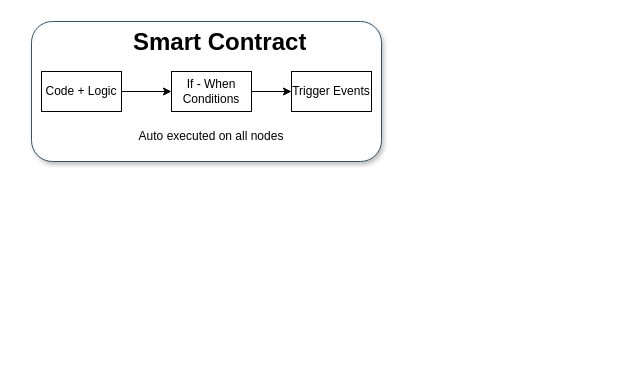
The draw.io diagram Smart Contract.drawio in SifisoMzansi/architecture-diagrams, before the edit. Source tidied: cells renumbered, new cells numbered last; positions are measured from the earlier drawing's top-left corner, leaving out a move shared by most shapes. Both pictures are drawn from the tidied source at 100%, with x=0, y=0 at pixel (31, 21).
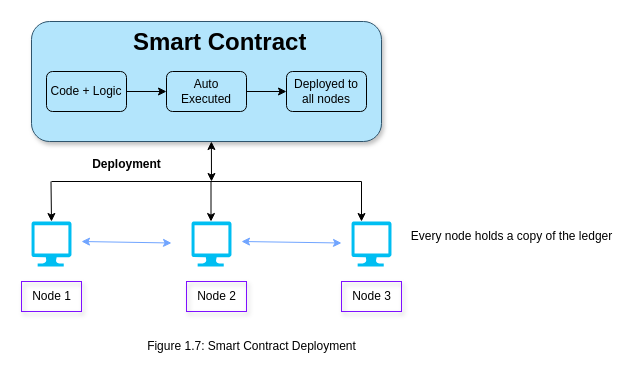
After the change.

Diff of the diagram source:
```diff
@@
-    <mxCell id="2" style="rounded=1;whiteSpace=wrap;html=1;strokeColor=#2F546C;shadow=1;" parent="1" vertex="1">
-      <mxGeometry width="350" height="140" as="geometry" />
+    <mxCell id="2" style="rounded=1;whiteSpace=wrap;html=1;strokeColor=#2F546C;shadow=1;fillColor=#B3E5FC;" parent="1" vertex="1">
+      <mxGeometry width="350" height="120" as="geometry" />
     </mxCell>
-    <mxCell id="3" style="edgeStyle=orthogonalEdgeStyle;rounded=0;jettySize=auto;html=1;" parent="1" edge="1" source="4" target="7">
-      <mxGeometry relative="1" as="geometry" />
-    </mxCell>
+    <mxCell id="5" value="&lt;h1 style=&quot;margin-top: 0px;&quot;&gt;Smart Contract&lt;/h1&gt;&lt;p&gt;&lt;br&gt;&lt;/p&gt;" style="text;html=1;whiteSpace=wrap;overflow=hidden;rounded=0;" parent="1" vertex="1">
+      <mxGeometry x="100" width="180" height="50" as="geometry" />
+    </mxCell>
+    <mxCell id="10" style="edgeStyle=orthogonalEdgeStyle;rounded=0;jettySize=auto;html=1;entryX=0;entryY=0.5;entryDx=0;entryDy=0;" parent="1" edge="1" source="11" target="12">
+      <mxGeometry relative="1" as="geometry" />
+    </mxCell>
+    <mxCell id="11" value="Auto Executed" style="rounded=1;whiteSpace=wrap;html=1;fillColor=#B3E5FC;" parent="1" vertex="1">
+      <mxGeometry x="135" y="50" width="80" height="40" as="geometry" />
+    </mxCell>
+    <mxCell id="12" value="Deployed to all nodes" style="rounded=1;whiteSpace=wrap;html=1;fillColor=#B3E5FC;" parent="1" vertex="1">
+      <mxGeometry x="255" y="50" width="80" height="40" as="geometry" />
+    </mxCell>
+    <mxCell id="13" style="edgeStyle=orthogonalEdgeStyle;rounded=0;jettySize=auto;html=1;entryX=0;entryY=0.5;entryDx=0;entryDy=0;" parent="1" edge="1" source="4" target="11">
+      <mxGeometry relative="1" as="geometry" />
+    </mxCell>
-    <mxCell id="4" value="Code + Logic" style="rounded=0;whiteSpace=wrap;html=1;" parent="1" vertex="1">
-      <mxGeometry x="10" y="50" width="80" height="40" as="geometry" />
+    <mxCell id="4" value="Code + Logic" style="rounded=1;whiteSpace=wrap;html=1;fillColor=#B3E5FC;" parent="1" vertex="1">
+      <mxGeometry x="15" y="50" width="80" height="40" as="geometry" />
     </mxCell>
-    <mxCell id="5" value="&lt;h1 style=&quot;margin-top: 0px;&quot;&gt;Smart Contract&lt;/h1&gt;&lt;p&gt;&lt;br&gt;&lt;/p&gt;" style="text;html=1;whiteSpace=wrap;overflow=hidden;rounded=0;" parent="1" vertex="1">
-      <mxGeometry x="100" width="180" height="50" as="geometry" />
-    </mxCell>
-    <mxCell id="6" style="edgeStyle=orthogonalEdgeStyle;rounded=0;jettySize=auto;html=1;" parent="1" edge="1" source="7" target="8">
-      <mxGeometry relative="1" as="geometry" />
-    </mxCell>
-    <mxCell id="7" value="If - When Conditions" style="rounded=0;whiteSpace=wrap;html=1;" parent="1" vertex="1">
-      <mxGeometry x="140" y="50" width="80" height="40" as="geometry" />
-    </mxCell>
-    <mxCell id="8" value="Trigger Events" style="rounded=0;whiteSpace=wrap;html=1;" parent="1" vertex="1">
-      <mxGeometry x="260" y="50" width="80" height="40" as="geometry" />
-    </mxCell>
-    <mxCell id="9" value="Auto executed on all nodes" style="text;html=1;align=center;verticalAlign=middle;whiteSpace=wrap;rounded=0;" parent="1" vertex="1">
-      <mxGeometry x="100" y="100" width="160" height="30" as="geometry" />
-    </mxCell>
+    <mxCell id="14" style="verticalLabelPosition=bottom;html=1;verticalAlign=top;align=center;strokeColor=none;fillColor=#00BEF2;shape=mxgraph.azure.computer;" parent="1" vertex="1">
+      <mxGeometry y="200" width="40" height="45" as="geometry" />
+    </mxCell>
+    <mxCell id="15" style="verticalLabelPosition=bottom;html=1;verticalAlign=top;align=center;strokeColor=none;fillColor=#00BEF2;shape=mxgraph.azure.computer;" parent="1" vertex="1">
+      <mxGeometry x="160" y="200" width="40" height="45" as="geometry" />
+    </mxCell>
+    <mxCell id="16" style="verticalLabelPosition=bottom;html=1;verticalAlign=top;align=center;strokeColor=none;fillColor=#00BEF2;shape=mxgraph.azure.computer;" parent="1" vertex="1">
+      <mxGeometry x="320" y="200" width="40" height="45" as="geometry" />
+    </mxCell>
+    <mxCell id="17" value="Node 1" style="text;html=1;align=center;verticalAlign=middle;strokeColor=#7F10FF;fillColor=none;shadow=1;" parent="1" vertex="1">
+      <mxGeometry x="-10" y="260" width="60" height="30" as="geometry" />
+    </mxCell>
+    <mxCell id="18" style="endArrow=classic;startArrow=classic;html=1;rounded=0;fillColor=#2727FF;strokeColor=#71A5FF;" parent="1" edge="1">
+      <mxGeometry relative="1" as="geometry">
+        <mxPoint x="50" y="220" as="sourcePoint" />
+        <mxPoint x="140" y="221.5" as="targetPoint" />
+      </mxGeometry>
+    </mxCell>
+    <mxCell id="19" style="endArrow=classic;startArrow=classic;html=1;rounded=0;fillColor=#2727FF;strokeColor=#71A5FF;" parent="1" edge="1">
+      <mxGeometry relative="1" as="geometry">
+        <mxPoint x="210" y="220" as="sourcePoint" />
+        <mxPoint x="310" y="221.5" as="targetPoint" />
+      </mxGeometry>
+    </mxCell>
+    <mxCell id="20" value="Node 2" style="text;html=1;align=center;verticalAlign=middle;strokeColor=#7F10FF;fillColor=none;shadow=1;" parent="1" vertex="1">
+      <mxGeometry x="155" y="260" width="60" height="30" as="geometry" />
+    </mxCell>
+    <mxCell id="21" value="Node 3" style="text;html=1;align=center;verticalAlign=middle;strokeColor=#7F10FF;fillColor=none;shadow=1;" parent="1" vertex="1">
+      <mxGeometry x="310" y="260" width="60" height="30" as="geometry" />
+    </mxCell>
+    <mxCell id="22" style="endArrow=none;html=1;rounded=0;" parent="1" edge="1">
+      <mxGeometry relative="1" as="geometry">
+        <mxPoint x="20" y="160" as="sourcePoint" />
+        <mxPoint x="330" y="160" as="targetPoint" />
+      </mxGeometry>
+    </mxCell>
+    <mxCell id="23" style="endArrow=classic;html=1;rounded=0;" parent="1" edge="1">
+      <mxGeometry relative="1" as="geometry">
+        <mxPoint x="179.5" y="160" as="sourcePoint" />
+        <mxPoint x="179.5" y="200" as="targetPoint" />
+      </mxGeometry>
+    </mxCell>
+    <mxCell id="24" style="endArrow=classic;html=1;rounded=0;" parent="1" edge="1">
+      <mxGeometry relative="1" as="geometry">
+        <mxPoint x="19.5" y="160" as="sourcePoint" />
+        <mxPoint x="20" y="200" as="targetPoint" />
+      </mxGeometry>
+    </mxCell>
+    <mxCell id="25" style="endArrow=classic;html=1;rounded=0;" parent="1" edge="1">
+      <mxGeometry relative="1" as="geometry">
+        <mxPoint x="330" y="160" as="sourcePoint" />
+        <mxPoint x="330" y="200" as="targetPoint" />
+      </mxGeometry>
+    </mxCell>
+    <mxCell id="26" style="endArrow=classic;startArrow=classic;html=1;rounded=0;entryX=0.514;entryY=1;entryDx=0;entryDy=0;entryPerimeter=0;" parent="1" edge="1" target="2">
+      <mxGeometry relative="1" as="geometry">
+        <mxPoint x="180" y="160" as="sourcePoint" />
+      </mxGeometry>
+    </mxCell>
+    <mxCell id="27" value="&lt;b&gt;Deployment&lt;/b&gt;" style="text;html=1;align=center;verticalAlign=middle;strokeColor=none;fillColor=none;shadow=1;" parent="1" vertex="1">
+      <mxGeometry x="50" y="128" width="90" height="30" as="geometry" />
+    </mxCell>
+    <mxCell id="28" value="Every node holds a copy of the ledger" style="text;html=1;align=center;verticalAlign=middle;strokeColor=none;fillColor=none;" parent="1" vertex="1">
+      <mxGeometry x="370" y="200" width="220" height="30" as="geometry" />
+    </mxCell>
+    <mxCell id="29" value="Figure 1.7: Smart Contract Deployment" style="text;html=1;align=center;verticalAlign=middle;strokeColor=none;fillColor=none;" parent="1" vertex="1">
+      <mxGeometry x="105" y="310" width="230" height="30" as="geometry" />
+    </mxCell>
```
